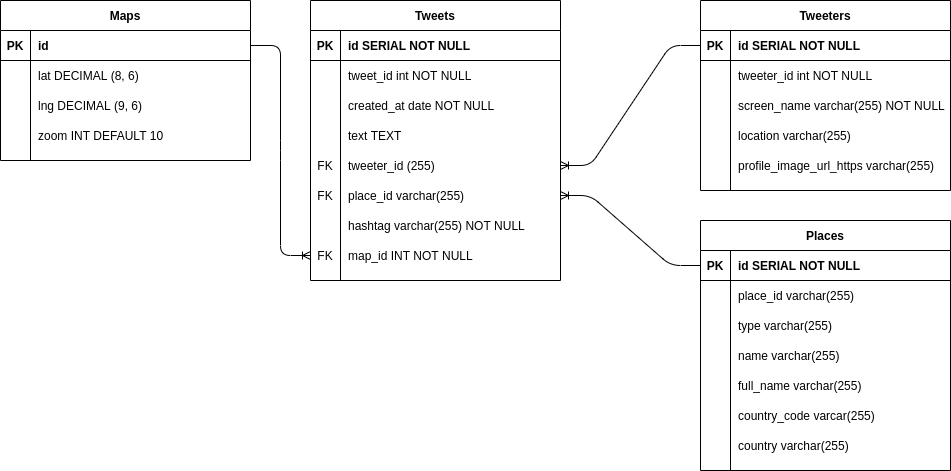
garrettgsb/react-express-boilerplate keeps this draw.io diagram as express-back-end/db/trendi-db.png. Above is the earlier version. Source tidied: cells renumbered, new cells last; positions are measured from the earlier drawing's top-left corner, leaving out a move shared by most shapes.
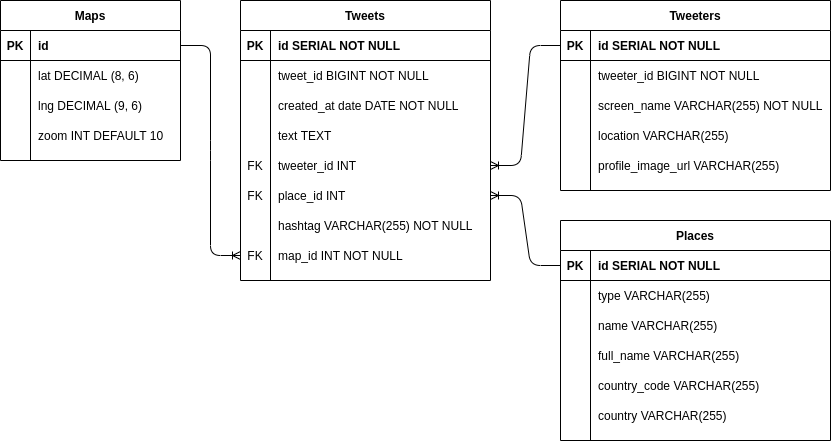
The same file after the commit.

Commit message:
update ERD to fit current schema

Diff of the diagram source:
```diff
@@ -3,7 +3,7 @@
     <mxCell id="0" />
     <mxCell id="1" parent="0" />
     <mxCell id="2" value="Tweets" style="shape=table;startSize=30;rowLines=0;fontStyle=1;align=center;" parent="1" vertex="1">
-      <mxGeometry x="310" width="250" height="280" as="geometry" />
+      <mxGeometry x="470" y="220" width="250" height="280" as="geometry" />
     </mxCell>
     <mxCell id="3" style="shape=partialRectangle;fillColor=none;top=0;left=0;right=0;bottom=1;" parent="2" vertex="1">
       <mxGeometry y="30" width="250" height="30" as="geometry" />
@@ -20,7 +20,7 @@
     <mxCell id="7" style="shape=partialRectangle;overflow=hidden;fillColor=none;top=0;left=0;bottom=0;right=0;" parent="6" vertex="1">
       <mxGeometry width="30" height="30" as="geometry" />
     </mxCell>
-    <mxCell id="8" value="tweet_id int NOT NULL" style="shape=partialRectangle;overflow=hidden;fillColor=none;top=0;left=0;bottom=0;right=0;align=left;spacingLeft=6;" parent="6" vertex="1">
+    <mxCell id="8" value="tweet_id BIGINT NOT NULL" style="shape=partialRectangle;overflow=hidden;fillColor=none;top=0;left=0;bottom=0;right=0;align=left;spacingLeft=6;" parent="6" vertex="1">
       <mxGeometry x="30" width="220" height="30" as="geometry" />
     </mxCell>
     <mxCell id="9" style="shape=partialRectangle;fillColor=none;top=0;left=0;right=0;bottom=0;" parent="2" vertex="1">
@@ -29,7 +29,7 @@
     <mxCell id="10" style="shape=partialRectangle;overflow=hidden;fillColor=none;top=0;left=0;bottom=0;right=0;" parent="9" vertex="1">
       <mxGeometry width="30" height="30" as="geometry" />
     </mxCell>
-    <mxCell id="11" value="created_at date NOT NULL" style="shape=partialRectangle;overflow=hidden;fillColor=none;top=0;left=0;bottom=0;right=0;align=left;spacingLeft=6;" parent="9" vertex="1">
+    <mxCell id="11" value="created_at date DATE NOT NULL" style="shape=partialRectangle;overflow=hidden;fillColor=none;top=0;left=0;bottom=0;right=0;align=left;spacingLeft=6;" parent="9" vertex="1">
       <mxGeometry x="30" width="220" height="30" as="geometry" />
     </mxCell>
     <mxCell id="12" style="shape=partialRectangle;fillColor=none;top=0;left=0;right=0;bottom=0;" parent="2" vertex="1">
@@ -47,7 +47,7 @@
     <mxCell id="16" value="FK" style="shape=partialRectangle;overflow=hidden;fillColor=none;top=0;left=0;bottom=0;right=0;" parent="15" vertex="1">
       <mxGeometry width="30" height="30" as="geometry" />
     </mxCell>
-    <mxCell id="17" value="tweeter_id (255)" style="shape=partialRectangle;overflow=hidden;fillColor=none;top=0;left=0;bottom=0;right=0;align=left;spacingLeft=6;" parent="15" vertex="1">
+    <mxCell id="17" value="tweeter_id INT" style="shape=partialRectangle;overflow=hidden;fillColor=none;top=0;left=0;bottom=0;right=0;align=left;spacingLeft=6;" parent="15" vertex="1">
       <mxGeometry x="30" width="220" height="30" as="geometry" />
     </mxCell>
     <mxCell id="18" style="shape=partialRectangle;fillColor=none;points=[[0,0.5],[1,0.5]];portConstraint=eastwest;top=0;left=0;right=0;bottom=0;" parent="2" vertex="1">
@@ -56,7 +56,7 @@
     <mxCell id="19" value="FK" style="shape=partialRectangle;overflow=hidden;fillColor=none;top=0;left=0;bottom=0;right=0;" parent="18" vertex="1">
       <mxGeometry width="30" height="30" as="geometry" />
     </mxCell>
-    <mxCell id="20" value="place_id varchar(255)" style="shape=partialRectangle;overflow=hidden;fillColor=none;top=0;left=0;bottom=0;right=0;align=left;spacingLeft=6;" parent="18" vertex="1">
+    <mxCell id="20" value="place_id INT" style="shape=partialRectangle;overflow=hidden;fillColor=none;top=0;left=0;bottom=0;right=0;align=left;spacingLeft=6;" parent="18" vertex="1">
       <mxGeometry x="30" width="220" height="30" as="geometry" />
     </mxCell>
     <mxCell id="21" style="shape=partialRectangle;fillColor=none;top=0;left=0;right=0;bottom=0;" parent="2" vertex="1">
@@ -65,7 +65,7 @@
     <mxCell id="22" style="shape=partialRectangle;overflow=hidden;fillColor=none;top=0;left=0;bottom=0;right=0;" parent="21" vertex="1">
       <mxGeometry width="30" height="30" as="geometry" />
     </mxCell>
-    <mxCell id="23" value="hashtag varchar(255) NOT NULL" style="shape=partialRectangle;overflow=hidden;fillColor=none;top=0;left=0;bottom=0;right=0;align=left;spacingLeft=6;" parent="21" vertex="1">
+    <mxCell id="23" value="hashtag VARCHAR(255) NOT NULL" style="shape=partialRectangle;overflow=hidden;fillColor=none;top=0;left=0;bottom=0;right=0;align=left;spacingLeft=6;" parent="21" vertex="1">
       <mxGeometry x="30" width="220" height="30" as="geometry" />
     </mxCell>
     <mxCell id="24" style="shape=partialRectangle;fillColor=none;points=[[0,0.5],[1,0.5]];portConstraint=eastwest;top=0;left=0;right=0;bottom=0;" parent="2" vertex="1">
@@ -78,163 +78,154 @@
       <mxGeometry x="30" width="220" height="30" as="geometry" />
     </mxCell>
     <mxCell id="27" value="Tweeters" style="shape=table;startSize=30;rowLines=0;fontStyle=1;align=center;" parent="1" vertex="1">
-      <mxGeometry x="700" width="250" height="190" as="geometry" />
+      <mxGeometry x="790" y="220" width="270" height="190" as="geometry" />
     </mxCell>
     <mxCell id="28" style="shape=partialRectangle;fillColor=none;points=[[0,0.5],[1,0.5]];portConstraint=eastwest;top=0;left=0;right=0;bottom=1;" parent="27" vertex="1">
-      <mxGeometry y="30" width="250" height="30" as="geometry" />
+      <mxGeometry y="30" width="270" height="30" as="geometry" />
     </mxCell>
     <mxCell id="29" value="PK" style="shape=partialRectangle;overflow=hidden;fillColor=none;top=0;left=0;bottom=0;right=0;fontStyle=1;" parent="28" vertex="1">
       <mxGeometry width="30" height="30" as="geometry" />
     </mxCell>
     <mxCell id="30" value="id SERIAL NOT NULL" style="shape=partialRectangle;overflow=hidden;fillColor=none;top=0;left=0;bottom=0;right=0;align=left;spacingLeft=6;fontStyle=1;" parent="28" vertex="1">
-      <mxGeometry x="30" width="220" height="30" as="geometry" />
+      <mxGeometry x="30" width="240" height="30" as="geometry" />
     </mxCell>
     <mxCell id="31" style="shape=partialRectangle;fillColor=none;top=0;left=0;right=0;bottom=0;" parent="27" vertex="1">
-      <mxGeometry y="60" width="250" height="30" as="geometry" />
+      <mxGeometry y="60" width="270" height="30" as="geometry" />
     </mxCell>
     <mxCell id="32" style="shape=partialRectangle;overflow=hidden;fillColor=none;top=0;left=0;bottom=0;right=0;" parent="31" vertex="1">
       <mxGeometry width="30" height="30" as="geometry" />
     </mxCell>
-    <mxCell id="33" value="tweeter_id int NOT NULL" style="shape=partialRectangle;overflow=hidden;fillColor=none;top=0;left=0;bottom=0;right=0;align=left;spacingLeft=6;" parent="31" vertex="1">
-      <mxGeometry x="30" width="220" height="30" as="geometry" />
+    <mxCell id="33" value="tweeter_id BIGINT NOT NULL" style="shape=partialRectangle;overflow=hidden;fillColor=none;top=0;left=0;bottom=0;right=0;align=left;spacingLeft=6;" parent="31" vertex="1">
+      <mxGeometry x="30" width="240" height="30" as="geometry" />
     </mxCell>
     <mxCell id="34" style="shape=partialRectangle;fillColor=none;top=0;left=0;right=0;bottom=0;" parent="27" vertex="1">
-      <mxGeometry y="90" width="250" height="30" as="geometry" />
+      <mxGeometry y="90" width="270" height="30" as="geometry" />
     </mxCell>
     <mxCell id="35" style="shape=partialRectangle;overflow=hidden;fillColor=none;top=0;left=0;bottom=0;right=0;" parent="34" vertex="1">
       <mxGeometry width="30" height="30" as="geometry" />
     </mxCell>
-    <mxCell id="36" value="screen_name varchar(255) NOT NULL" style="shape=partialRectangle;overflow=hidden;fillColor=none;top=0;left=0;bottom=0;right=0;align=left;spacingLeft=6;" parent="34" vertex="1">
-      <mxGeometry x="30" width="220" height="30" as="geometry" />
+    <mxCell id="36" value="screen_name VARCHAR(255) NOT NULL" style="shape=partialRectangle;overflow=hidden;fillColor=none;top=0;left=0;bottom=0;right=0;align=left;spacingLeft=6;" parent="34" vertex="1">
+      <mxGeometry x="30" width="240" height="30" as="geometry" />
     </mxCell>
     <mxCell id="37" style="shape=partialRectangle;fillColor=none;top=0;left=0;right=0;bottom=0;" parent="27" vertex="1">
-      <mxGeometry y="120" width="250" height="30" as="geometry" />
+      <mxGeometry y="120" width="270" height="30" as="geometry" />
     </mxCell>
     <mxCell id="38" style="shape=partialRectangle;overflow=hidden;fillColor=none;top=0;left=0;bottom=0;right=0;" parent="37" vertex="1">
       <mxGeometry width="30" height="30" as="geometry" />
     </mxCell>
-    <mxCell id="39" value="location varchar(255) " style="shape=partialRectangle;overflow=hidden;fillColor=none;top=0;left=0;bottom=0;right=0;align=left;spacingLeft=6;" parent="37" vertex="1">
-      <mxGeometry x="30" width="220" height="30" as="geometry" />
+    <mxCell id="39" value="location VARCHAR(255) " style="shape=partialRectangle;overflow=hidden;fillColor=none;top=0;left=0;bottom=0;right=0;align=left;spacingLeft=6;" parent="37" vertex="1">
+      <mxGeometry x="30" width="240" height="30" as="geometry" />
     </mxCell>
     <mxCell id="40" style="shape=partialRectangle;fillColor=none;top=0;left=0;right=0;bottom=0;" parent="27" vertex="1">
-      <mxGeometry y="150" width="250" height="30" as="geometry" />
+      <mxGeometry y="150" width="270" height="30" as="geometry" />
     </mxCell>
     <mxCell id="41" style="shape=partialRectangle;overflow=hidden;fillColor=none;top=0;left=0;bottom=0;right=0;" parent="40" vertex="1">
       <mxGeometry width="30" height="30" as="geometry" />
     </mxCell>
-    <mxCell id="42" value="profile_image_url_https varchar(255)" style="shape=partialRectangle;overflow=hidden;fillColor=none;top=0;left=0;bottom=0;right=0;align=left;spacingLeft=6;" parent="40" vertex="1">
-      <mxGeometry x="30" width="220" height="30" as="geometry" />
+    <mxCell id="42" value="profile_image_url VARCHAR(255)" style="shape=partialRectangle;overflow=hidden;fillColor=none;top=0;left=0;bottom=0;right=0;align=left;spacingLeft=6;" parent="40" vertex="1">
+      <mxGeometry x="30" width="240" height="30" as="geometry" />
     </mxCell>
     <mxCell id="43" style="edgeStyle=entityRelationEdgeStyle;fontSize=12;html=1;endArrow=ERoneToMany;exitX=0;exitY=0.5;exitDx=0;exitDy=0;entryX=1;entryY=0.5;entryDx=0;entryDy=0;" parent="1" edge="1" source="28" target="15">
       <mxGeometry relative="1" as="geometry" />
     </mxCell>
     <mxCell id="44" value="Places" style="shape=table;startSize=30;rowLines=0;fontStyle=1;align=center;" parent="1" vertex="1">
-      <mxGeometry x="700" y="220" width="250" height="250" as="geometry" />
+      <mxGeometry x="790" y="440" width="270" height="220" as="geometry" />
     </mxCell>
     <mxCell id="45" style="shape=partialRectangle;fillColor=none;top=0;left=0;bottom=1;right=0;points=[[0,0.5],[1,0.5]];portConstraint=eastwest;" parent="44" vertex="1">
-      <mxGeometry y="30" width="250" height="30" as="geometry" />
+      <mxGeometry y="30" width="270" height="30" as="geometry" />
     </mxCell>
     <mxCell id="46" value="PK" style="shape=partialRectangle;fillColor=none;top=0;left=0;bottom=0;right=0;fontStyle=1;overflow=hidden;" parent="45" vertex="1">
       <mxGeometry width="30" height="30" as="geometry" />
     </mxCell>
     <mxCell id="47" value="id SERIAL NOT NULL" style="shape=partialRectangle;fillColor=none;top=0;left=0;bottom=0;right=0;align=left;spacingLeft=6;fontStyle=1;overflow=hidden;" parent="45" vertex="1">
-      <mxGeometry x="30" width="220" height="30" as="geometry" />
+      <mxGeometry x="30" width="240" height="30" as="geometry" />
     </mxCell>
-    <mxCell id="48" style="shape=partialRectangle;fillColor=none;top=0;left=0;bottom=0;right=0;" parent="44" vertex="1">
-      <mxGeometry y="60" width="250" height="30" as="geometry" />
-    </mxCell>
-    <mxCell id="49" style="shape=partialRectangle;fillColor=none;top=0;left=0;bottom=0;right=0;overflow=hidden;" parent="48" vertex="1">
-      <mxGeometry width="30" height="30" as="geometry" />
-    </mxCell>
-    <mxCell id="50" value="place_id varchar(255)" style="shape=partialRectangle;fillColor=none;top=0;left=0;bottom=0;right=0;align=left;spacingLeft=6;overflow=hidden;" parent="48" vertex="1">
-      <mxGeometry x="30" width="220" height="30" as="geometry" />
-    </mxCell>
     <mxCell id="51" style="shape=partialRectangle;fillColor=none;top=0;left=0;bottom=0;right=0;" parent="44" vertex="1">
-      <mxGeometry y="90" width="250" height="30" as="geometry" />
+      <mxGeometry y="60" width="270" height="30" as="geometry" />
     </mxCell>
     <mxCell id="52" style="shape=partialRectangle;fillColor=none;top=0;left=0;bottom=0;right=0;overflow=hidden;" parent="51" vertex="1">
       <mxGeometry width="30" height="30" as="geometry" />
     </mxCell>
-    <mxCell id="53" value="type varchar(255)" style="shape=partialRectangle;fillColor=none;top=0;left=0;bottom=0;right=0;align=left;spacingLeft=6;overflow=hidden;" parent="51" vertex="1">
-      <mxGeometry x="30" width="220" height="30" as="geometry" />
+    <mxCell id="53" value="type VARCHAR(255)" style="shape=partialRectangle;fillColor=none;top=0;left=0;bottom=0;right=0;align=left;spacingLeft=6;overflow=hidden;" parent="51" vertex="1">
+      <mxGeometry x="30" width="240" height="30" as="geometry" />
     </mxCell>
     <mxCell id="54" style="shape=partialRectangle;fillColor=none;top=0;left=0;bottom=0;right=0;" parent="44" vertex="1">
-      <mxGeometry y="120" width="250" height="30" as="geometry" />
+      <mxGeometry y="90" width="270" height="30" as="geometry" />
     </mxCell>
     <mxCell id="55" style="shape=partialRectangle;fillColor=none;top=0;left=0;bottom=0;right=0;overflow=hidden;" parent="54" vertex="1">
       <mxGeometry width="30" height="30" as="geometry" />
     </mxCell>
-    <mxCell id="56" value="name varchar(255)" style="shape=partialRectangle;fillColor=none;top=0;left=0;bottom=0;right=0;align=left;spacingLeft=6;overflow=hidden;" parent="54" vertex="1">
-      <mxGeometry x="30" width="220" height="30" as="geometry" />
+    <mxCell id="56" value="name VARCHAR(255)" style="shape=partialRectangle;fillColor=none;top=0;left=0;bottom=0;right=0;align=left;spacingLeft=6;overflow=hidden;" parent="54" vertex="1">
+      <mxGeometry x="30" width="240" height="30" as="geometry" />
     </mxCell>
     <mxCell id="57" style="shape=partialRectangle;fillColor=none;top=0;left=0;bottom=0;right=0;" parent="44" vertex="1">
-      <mxGeometry y="150" width="250" height="30" as="geometry" />
+      <mxGeometry y="120" width="270" height="30" as="geometry" />
     </mxCell>
     <mxCell id="58" style="shape=partialRectangle;fillColor=none;top=0;left=0;bottom=0;right=0;overflow=hidden;" parent="57" vertex="1">
       <mxGeometry width="30" height="30" as="geometry" />
     </mxCell>
-    <mxCell id="59" value="full_name varchar(255)" style="shape=partialRectangle;fillColor=none;top=0;left=0;bottom=0;right=0;align=left;spacingLeft=6;overflow=hidden;" parent="57" vertex="1">
-      <mxGeometry x="30" width="220" height="30" as="geometry" />
+    <mxCell id="59" value="full_name VARCHAR(255)" style="shape=partialRectangle;fillColor=none;top=0;left=0;bottom=0;right=0;align=left;spacingLeft=6;overflow=hidden;" parent="57" vertex="1">
+      <mxGeometry x="30" width="240" height="30" as="geometry" />
     </mxCell>
     <mxCell id="60" style="shape=partialRectangle;fillColor=none;top=0;left=0;bottom=0;right=0;" parent="44" vertex="1">
-      <mxGeometry y="180" width="250" height="30" as="geometry" />
+      <mxGeometry y="150" width="270" height="30" as="geometry" />
     </mxCell>
     <mxCell id="61" style="shape=partialRectangle;fillColor=none;top=0;left=0;bottom=0;right=0;overflow=hidden;" parent="60" vertex="1">
       <mxGeometry width="30" height="30" as="geometry" />
     </mxCell>
-    <mxCell id="62" value="country_code varcar(255)" style="shape=partialRectangle;fillColor=none;top=0;left=0;bottom=0;right=0;align=left;spacingLeft=6;overflow=hidden;" parent="60" vertex="1">
-      <mxGeometry x="30" width="220" height="30" as="geometry" />
+    <mxCell id="62" value="country_code VARCHAR(255)" style="shape=partialRectangle;fillColor=none;top=0;left=0;bottom=0;right=0;align=left;spacingLeft=6;overflow=hidden;" parent="60" vertex="1">
+      <mxGeometry x="30" width="240" height="30" as="geometry" />
     </mxCell>
     <mxCell id="63" style="shape=partialRectangle;fillColor=none;top=0;left=0;bottom=0;right=0;" parent="44" vertex="1">
-      <mxGeometry y="210" width="250" height="30" as="geometry" />
+      <mxGeometry y="180" width="270" height="30" as="geometry" />
     </mxCell>
     <mxCell id="64" style="shape=partialRectangle;fillColor=none;top=0;left=0;bottom=0;right=0;overflow=hidden;" parent="63" vertex="1">
       <mxGeometry width="30" height="30" as="geometry" />
     </mxCell>
-    <mxCell id="65" value="country varchar(255)" style="shape=partialRectangle;fillColor=none;top=0;left=0;bottom=0;right=0;align=left;spacingLeft=6;overflow=hidden;" parent="63" vertex="1">
-      <mxGeometry x="30" width="220" height="30" as="geometry" />
+    <mxCell id="65" value="country VARCHAR(255)" style="shape=partialRectangle;fillColor=none;top=0;left=0;bottom=0;right=0;align=left;spacingLeft=6;overflow=hidden;" parent="63" vertex="1">
+      <mxGeometry x="30" width="240" height="30" as="geometry" />
     </mxCell>
     <mxCell id="66" style="edgeStyle=entityRelationEdgeStyle;fontSize=12;html=1;endArrow=ERoneToMany;entryX=1;entryY=0.5;entryDx=0;entryDy=0;exitX=0;exitY=0.5;exitDx=0;exitDy=0;" parent="1" edge="1" source="45" target="18">
       <mxGeometry relative="1" as="geometry" />
     </mxCell>
     <mxCell id="67" value="Maps" style="shape=table;startSize=30;rowLines=0;fontStyle=1;align=center;" parent="1" vertex="1">
-      <mxGeometry width="250" height="160" as="geometry" />
+      <mxGeometry x="230" y="220" width="180" height="160" as="geometry" />
     </mxCell>
     <mxCell id="68" style="shape=partialRectangle;fillColor=none;top=0;left=0;bottom=1;right=0;points=[[0,0.5],[1,0.5]];portConstraint=eastwest;" parent="67" vertex="1">
-      <mxGeometry y="30" width="250" height="30" as="geometry" />
+      <mxGeometry y="30" width="180" height="30" as="geometry" />
     </mxCell>
     <mxCell id="69" value="PK" style="shape=partialRectangle;fillColor=none;top=0;left=0;bottom=0;right=0;fontStyle=1;overflow=hidden;" parent="68" vertex="1">
       <mxGeometry width="30" height="30" as="geometry" />
     </mxCell>
     <mxCell id="70" value="id" style="shape=partialRectangle;fillColor=none;top=0;left=0;bottom=0;right=0;align=left;spacingLeft=6;fontStyle=1;overflow=hidden;" parent="68" vertex="1">
-      <mxGeometry x="30" width="220" height="30" as="geometry" />
+      <mxGeometry x="30" width="150" height="30" as="geometry" />
     </mxCell>
     <mxCell id="71" style="shape=partialRectangle;fillColor=none;top=0;left=0;bottom=0;right=0;" parent="67" vertex="1">
-      <mxGeometry y="60" width="250" height="30" as="geometry" />
+      <mxGeometry y="60" width="180" height="30" as="geometry" />
     </mxCell>
     <mxCell id="72" style="shape=partialRectangle;fillColor=none;top=0;left=0;bottom=0;right=0;overflow=hidden;" parent="71" vertex="1">
       <mxGeometry width="30" height="30" as="geometry" />
     </mxCell>
     <mxCell id="73" value="lat DECIMAL (8, 6)" style="shape=partialRectangle;fillColor=none;top=0;left=0;bottom=0;right=0;align=left;spacingLeft=6;overflow=hidden;" parent="71" vertex="1">
-      <mxGeometry x="30" width="220" height="30" as="geometry" />
+      <mxGeometry x="30" width="150" height="30" as="geometry" />
     </mxCell>
     <mxCell id="74" style="shape=partialRectangle;fillColor=none;top=0;left=0;bottom=0;right=0;" parent="67" vertex="1">
-      <mxGeometry y="90" width="250" height="30" as="geometry" />
+      <mxGeometry y="90" width="180" height="30" as="geometry" />
     </mxCell>
     <mxCell id="75" style="shape=partialRectangle;fillColor=none;top=0;left=0;bottom=0;right=0;overflow=hidden;" parent="74" vertex="1">
       <mxGeometry width="30" height="30" as="geometry" />
     </mxCell>
     <mxCell id="76" value="lng DECIMAL (9, 6)" style="shape=partialRectangle;fillColor=none;top=0;left=0;bottom=0;right=0;align=left;spacingLeft=6;overflow=hidden;" parent="74" vertex="1">
-      <mxGeometry x="30" width="220" height="30" as="geometry" />
+      <mxGeometry x="30" width="150" height="30" as="geometry" />
     </mxCell>
     <mxCell id="77" style="shape=partialRectangle;fillColor=none;top=0;left=0;bottom=0;right=0;" parent="67" vertex="1">
-      <mxGeometry y="120" width="250" height="30" as="geometry" />
+      <mxGeometry y="120" width="180" height="30" as="geometry" />
     </mxCell>
     <mxCell id="78" style="shape=partialRectangle;fillColor=none;top=0;left=0;bottom=0;right=0;overflow=hidden;" parent="77" vertex="1">
       <mxGeometry width="30" height="30" as="geometry" />
     </mxCell>
     <mxCell id="79" value="zoom INT DEFAULT 10" style="shape=partialRectangle;fillColor=none;top=0;left=0;bottom=0;right=0;align=left;spacingLeft=6;overflow=hidden;" parent="77" vertex="1">
-      <mxGeometry x="30" width="220" height="30" as="geometry" />
+      <mxGeometry x="30" width="150" height="30" as="geometry" />
     </mxCell>
     <mxCell id="80" style="edgeStyle=entityRelationEdgeStyle;fontSize=12;html=1;endArrow=ERoneToMany;exitX=1;exitY=0.5;exitDx=0;exitDy=0;entryX=0;entryY=0.5;entryDx=0;entryDy=0;" parent="1" edge="1" source="68" target="24">
       <mxGeometry relative="1" as="geometry" />
```
